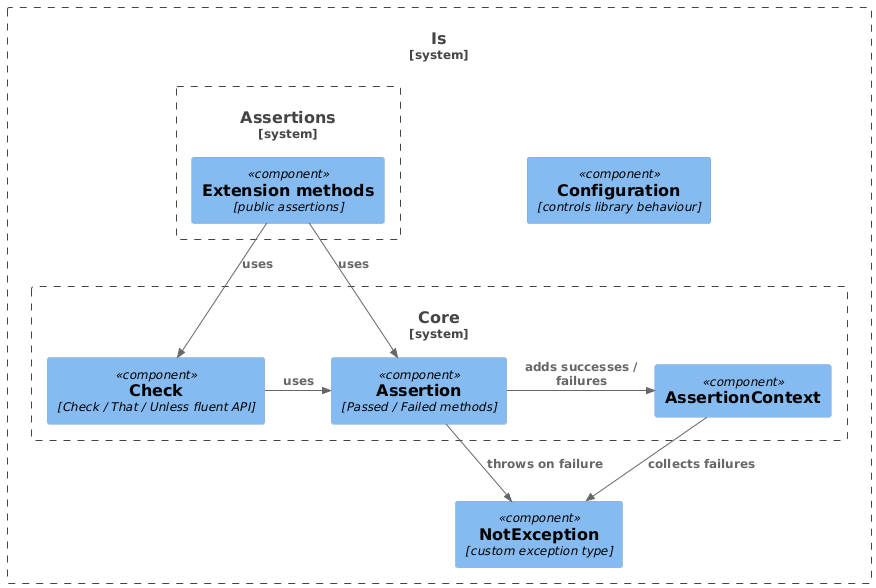
This is Docs/Architecture.png from chrismo80/Is, a PlantUML export, as it was before one commit.
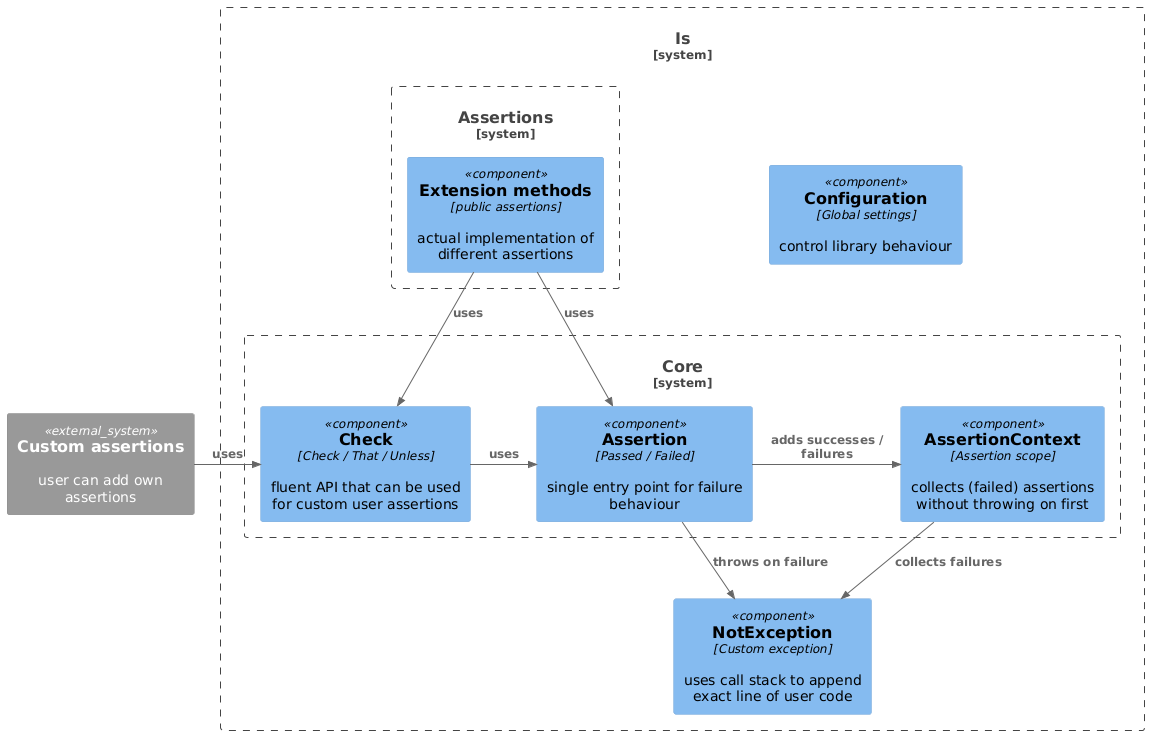
The same diagram one commit later.

Change to the diagram source:
```diff
@@ -4,18 +4,20 @@
 !include <C4/C4_Component>
 
 
+System_Ext(ca, "Custom assertions", "user can add own assertions")
+
 System_Boundary(Is, "Is") {
-    Component(ex, "NotException", "custom exception type")
-    Component(conf, "Configuration", "controls library behaviour")
+    Component(ex, "NotException", "Custom exception", "uses call stack to append exact line of user code")
+    Component(conf, "Configuration", "Global settings", "control library behaviour")
 
     System_Boundary(Assertions, "Assertions") {
-        Component(ext, "Extension methods", "public assertions")
+        Component(ext, "Extension methods", "public assertions", "actual implementation of different assertions")
         }
 
     System_Boundary(Core, "Core") {
-        Component(ass, "Assertion", "Passed / Failed methods")
-        Component(check, "Check", "Check / That / Unless fluent API")
-        Component(ctx, "AssertionContext")
+        Component(ass, "Assertion", "Passed / Failed", "single entry point for failure behaviour")
+        Component(check, "Check", "Check / That / Unless", "fluent API that can be used for custom user assertions")
+        Component(ctx, "AssertionContext", "Assertion scope", "collects (failed) assertions without throwing on first")
         }
     }
 }
@@ -25,6 +27,7 @@
 
 Rel(ext, check, "uses")
 Rel(ext, ass, "uses")
+Rel_R(ca, check, "uses")
 
 Rel_R(check, ass, "uses")
 Rel_R(ass, ctx, "adds successes / failures")
```
